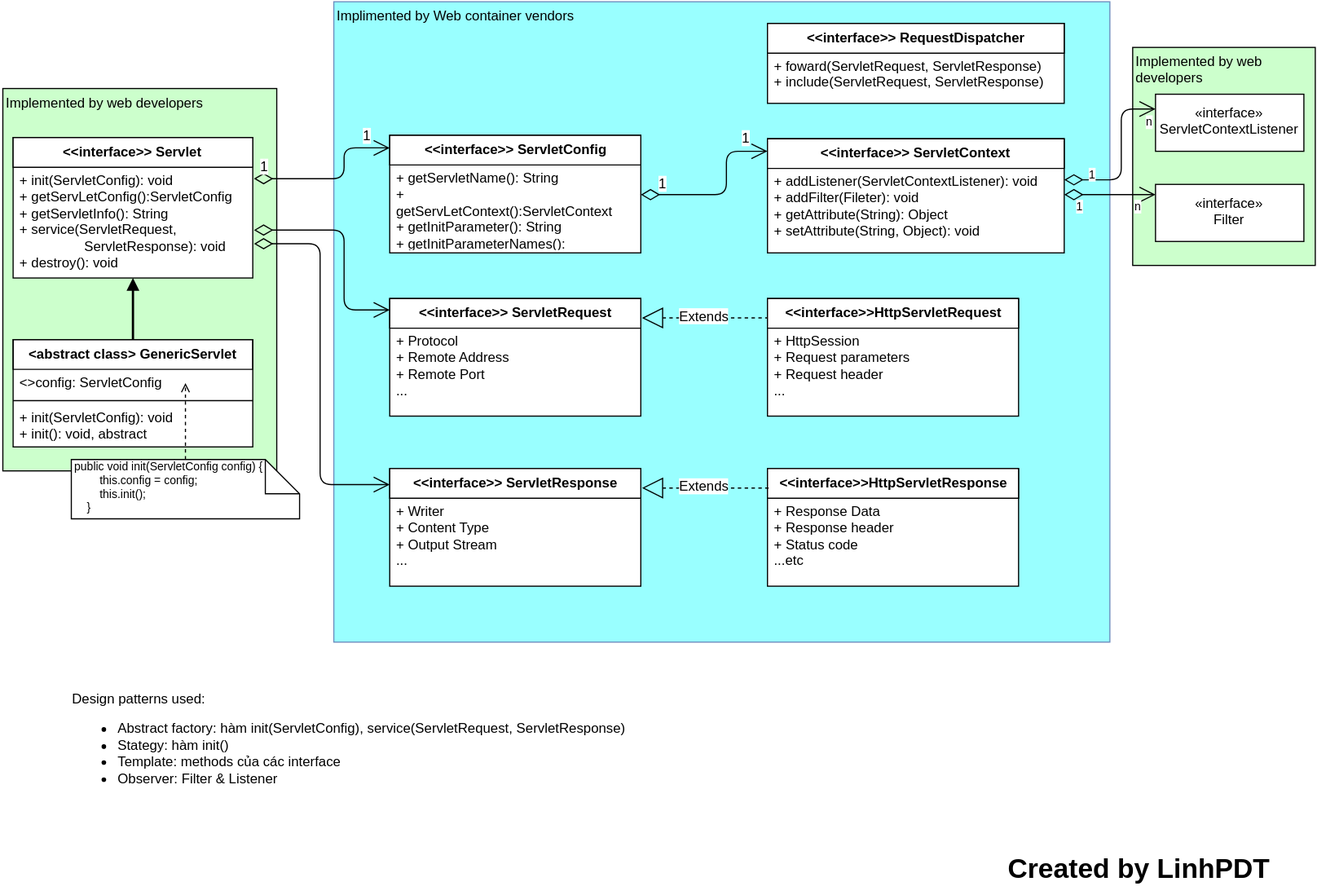
Above: Servlet API class hierachy.svg in phanduytunglinh/PersonalKnowledge (draw.io), before the change. Source tidied: cells renumbered, new cells last; positions are measured from the earlier drawing's top-left corner, leaving out a move shared by most shapes.
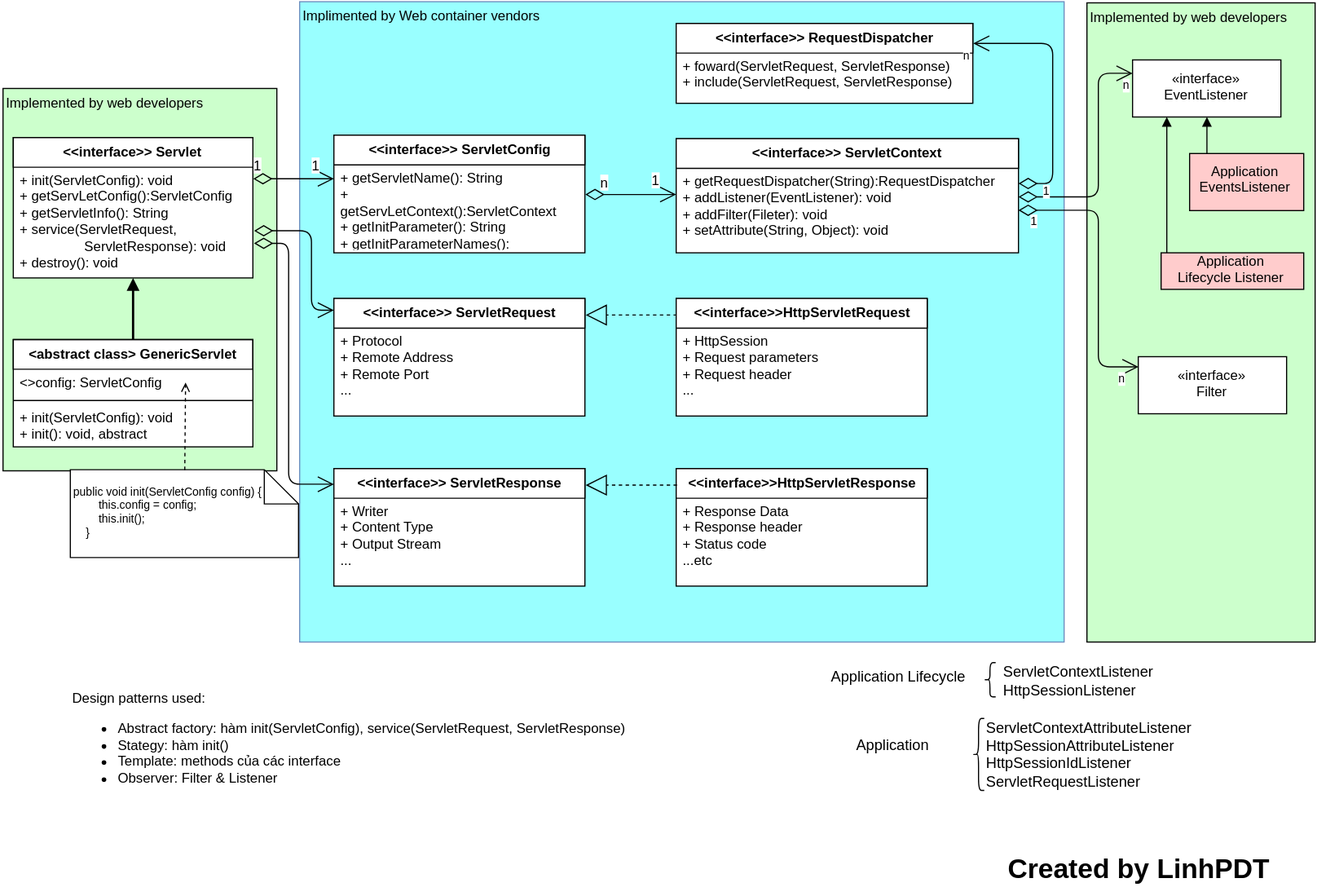
Later version of the same file.

Change to the diagram source:
```diff
@@ -2,20 +2,20 @@
   <root>
     <mxCell id="0" />
     <mxCell id="1" parent="0" />
+    <mxCell id="4" value="&lt;div align=&quot;left&quot;&gt;Implimented by Web container vendors&lt;br&gt;&lt;/div&gt;" style="whiteSpace=wrap;html=1;rounded=0;shadow=0;glass=0;comic=0;labelBackgroundColor=none;strokeWidth=1;fontSize=12;align=left;plain-blue;verticalAlign=top;gradientColor=none;fillColor=#99FFFF;" parent="1" vertex="1">
+      <mxGeometry x="261" width="670" height="561" as="geometry" />
+    </mxCell>
     <mxCell id="2" value="Implemented by web developers&lt;br&gt;" style="whiteSpace=wrap;html=1;rounded=0;shadow=0;glass=0;comic=0;labelBackgroundColor=none;strokeWidth=1;fillColor=#CCFFCC;gradientColor=none;fontSize=12;align=left;verticalAlign=top;" parent="1" vertex="1">
-      <mxGeometry x="991" y="40" width="160" height="191" as="geometry" />
+      <mxGeometry x="951" y="1" width="200" height="560" as="geometry" />
     </mxCell>
     <mxCell id="3" value="Implemented by web developers&lt;br&gt;" style="whiteSpace=wrap;html=1;rounded=0;shadow=0;glass=0;comic=0;labelBackgroundColor=none;strokeWidth=1;fillColor=#CCFFCC;gradientColor=none;fontSize=12;align=left;verticalAlign=top;" parent="1" vertex="1">
       <mxGeometry x="1" y="76" width="240" height="335" as="geometry" />
     </mxCell>
-    <mxCell id="4" value="&lt;div align=&quot;left&quot;&gt;Implimented by Web container vendors&lt;br&gt;&lt;/div&gt;" style="whiteSpace=wrap;html=1;rounded=0;shadow=0;glass=0;comic=0;labelBackgroundColor=none;strokeWidth=1;fontSize=12;align=left;plain-blue;verticalAlign=top;gradientColor=none;fillColor=#99FFFF;" parent="1" vertex="1">
-      <mxGeometry x="291" width="680" height="561" as="geometry" />
-    </mxCell>
-    <mxCell id="5" value="«interface»&lt;br&gt;ServletContextListener&lt;br&gt;" style="html=1;" parent="1" vertex="1">
-      <mxGeometry x="1011" y="81" width="130" height="50" as="geometry" />
+    <mxCell id="5" value="«interface»&lt;br&gt;EventListener&lt;br&gt;" style="html=1;" parent="1" vertex="1">
+      <mxGeometry x="991" y="51" width="130" height="50" as="geometry" />
     </mxCell>
     <mxCell id="6" value="«interface»&lt;br&gt;Filter&lt;br&gt;" style="html=1;" parent="1" vertex="1">
-      <mxGeometry x="1011" y="160" width="130" height="50" as="geometry" />
+      <mxGeometry x="996" y="311" width="130" height="50" as="geometry" />
     </mxCell>
     <mxCell id="7" style="group;" parent="1" vertex="1">
       <mxGeometry y="260" width="275" height="246" as="geometry" />
@@ -36,13 +36,13 @@
       <mxGeometry y="57.1" width="210" height="36.5" as="geometry" />
     </mxCell>
     <mxCell id="13" value="public void init(ServletConfig config) {&lt;br&gt;&amp;nbsp;&amp;nbsp;&amp;nbsp;&amp;nbsp;&amp;nbsp;&amp;nbsp;&amp;nbsp; this.config = config;&lt;br&gt;&amp;nbsp;&amp;nbsp;&amp;nbsp;&amp;nbsp;&amp;nbsp;&amp;nbsp;&amp;nbsp; this.init();&lt;br&gt;&amp;nbsp;&amp;nbsp;&amp;nbsp; }&lt;br&gt;" style="shape=note;whiteSpace=wrap;html=1;rounded=0;shadow=0;glass=0;comic=0;labelBackgroundColor=none;strokeWidth=1;fillColor=#ffffff;gradientColor=none;fontSize=10;align=left;" parent="7" vertex="1">
-      <mxGeometry x="61" y="141" width="200" height="52" as="geometry" />
+      <mxGeometry x="60" y="150" width="200" height="77" as="geometry" />
     </mxCell>
     <mxCell id="14" style="endArrow=open;html=1;strokeWidth=1;fontSize=10;endFill=0;dashed=1;exitX=0.5;exitY=0;entryX=0.719;entryY=0.5;entryPerimeter=0;" parent="7" edge="1" source="13" target="10">
       <mxGeometry relative="1" as="geometry" />
     </mxCell>
     <mxCell id="15" value="&amp;lt;&amp;lt;interface&amp;gt;&amp;gt; ServletConfig&lt;br&gt;" style="swimlane;html=1;fontStyle=1;align=center;verticalAlign=top;horizontal=1;startSize=26;swimlaneFillColor=#ffffff;" parent="1" vertex="1">
-      <mxGeometry x="340" y="117" width="220" height="103" as="geometry" />
+      <mxGeometry x="291" y="117" width="220" height="103" as="geometry" />
     </mxCell>
     <mxCell id="16" value="+ getServletName(): String&lt;br&gt;+ getServLetContext():ServletContext&lt;br&gt;+ getInitParameter(): String&lt;br&gt;+ getInitParameterNames():&lt;br&gt;&amp;nbsp;&amp;nbsp;&amp;nbsp;&amp;nbsp;&amp;nbsp;&amp;nbsp;&amp;nbsp;&amp;nbsp;&amp;nbsp;&amp;nbsp;&amp;nbsp;&amp;nbsp;&amp;nbsp;&amp;nbsp;&amp;nbsp;&amp;nbsp;&amp;nbsp;&amp;nbsp;&amp;nbsp;&amp;nbsp;&amp;nbsp;&amp;nbsp;&amp;nbsp;&amp;nbsp;&amp;nbsp;&amp;nbsp; Enumeration&amp;lt;String&amp;gt;&lt;br&gt;" style="text;html=1;strokeColor=none;fillColor=none;align=left;verticalAlign=top;spacingLeft=4;spacingRight=4;whiteSpace=wrap;overflow=hidden;points=[[0,0.5],[1,0.5]];portConstraint=eastwest;" parent="15" vertex="1">
       <mxGeometry y="26" width="220" height="74" as="geometry" />
@@ -66,10 +66,10 @@
       </mxGeometry>
     </mxCell>
     <mxCell id="20" value="&amp;lt;&amp;lt;interface&amp;gt;&amp;gt; ServletContext&lt;br&gt;" style="swimlane;html=1;fontStyle=1;align=center;verticalAlign=top;horizontal=1;startSize=26;swimlaneFillColor=#ffffff;" parent="1" vertex="1">
-      <mxGeometry x="671" y="120" width="260" height="100" as="geometry" />
+      <mxGeometry x="591" y="120" width="300" height="100" as="geometry" />
     </mxCell>
-    <mxCell id="21" value="+ addListener(ServletContextListener): void&lt;br&gt;+ addFilter(Fileter): void&lt;br&gt;+ getAttribute(String): Object&lt;br&gt;+ setAttribute(String, Object): void&lt;br&gt;" style="text;html=1;strokeColor=none;fillColor=none;align=left;verticalAlign=top;spacingLeft=4;spacingRight=4;whiteSpace=wrap;overflow=hidden;points=[[0,0.5],[1,0.5]];portConstraint=eastwest;" parent="20" vertex="1">
-      <mxGeometry y="26" width="260" height="74" as="geometry" />
+    <mxCell id="21" value="+ getRequestDispatcher(String):RequestDispatcher&lt;br&gt;+ addListener(EventListener): void&lt;br&gt;+ addFilter(Fileter): void&lt;br&gt;+ setAttribute(String, Object): void&lt;br&gt;" style="text;html=1;strokeColor=none;fillColor=none;align=left;verticalAlign=top;spacingLeft=4;spacingRight=4;whiteSpace=wrap;overflow=hidden;points=[[0,0.5],[1,0.5]];portConstraint=eastwest;" parent="20" vertex="1">
+      <mxGeometry y="26" width="300" height="74" as="geometry" />
     </mxCell>
     <mxCell id="22" style="endArrow=open;html=1;endSize=12;startArrow=diamondThin;startSize=14;startFill=0;edgeStyle=orthogonalEdgeStyle;align=left;verticalAlign=bottom;strokeWidth=1;exitX=1.001;exitY=0.35;exitPerimeter=0;" parent="1" edge="1" source="16" target="20">
       <mxGeometry x="1739" y="160" as="geometry">
@@ -79,7 +79,7 @@
         </Array>
       </mxGeometry>
     </mxCell>
-    <mxCell id="23" value="1" style="text;html=1;align=center;verticalAlign=middle;labelBackgroundColor=#ffffff;" parent="22" vertex="1">
+    <mxCell id="23" value="n" style="text;html=1;align=center;verticalAlign=middle;labelBackgroundColor=#ffffff;" parent="22" vertex="1">
       <mxGeometry x="-0.95" y="-3" relative="1" as="geometry">
         <mxPoint x="15" y="-12" as="offset" />
       </mxGeometry>
@@ -89,11 +89,11 @@
         <mxPoint x="-16" y="-14" as="offset" />
       </mxGeometry>
     </mxCell>
-    <mxCell id="25" style="endArrow=open;html=1;endSize=12;startArrow=diamondThin;startSize=14;startFill=0;edgeStyle=orthogonalEdgeStyle;strokeWidth=1;entryX=0;entryY=0.25;" parent="1" edge="1" source="21" target="5">
+    <mxCell id="25" style="endArrow=open;html=1;endSize=12;startArrow=diamondThin;startSize=14;startFill=0;edgeStyle=orthogonalEdgeStyle;strokeWidth=1;" parent="1" edge="1" source="21" target="5">
       <mxGeometry x="2110" y="123" as="geometry">
         <Array as="points">
-          <mxPoint x="981" y="156" />
-          <mxPoint x="981" y="94" />
+          <mxPoint x="961" y="171" />
+          <mxPoint x="961" y="63" />
         </Array>
       </mxGeometry>
     </mxCell>
@@ -108,8 +108,8 @@
     <mxCell id="28" style="endArrow=open;html=1;endSize=12;startArrow=diamondThin;startSize=14;startFill=0;edgeStyle=orthogonalEdgeStyle;strokeWidth=1;entryX=0;entryY=0.181;entryPerimeter=0;" parent="1" edge="1" source="21" target="6">
       <mxGeometry x="2110" y="198" as="geometry">
         <Array as="points">
-          <mxPoint x="951" y="169" />
-          <mxPoint x="951" y="169" />
+          <mxPoint x="961" y="183" />
+          <mxPoint x="961" y="320" />
         </Array>
       </mxGeometry>
     </mxCell>
@@ -130,31 +130,30 @@
       <mxGeometry y="26" width="210" height="94" as="geometry" />
     </mxCell>
     <mxCell id="33" value="&amp;lt;&amp;lt;interface&amp;gt;&amp;gt; ServletRequest&lt;br&gt;" style="swimlane;html=1;fontStyle=1;align=center;verticalAlign=top;horizontal=1;startSize=26;swimlaneFillColor=#ffffff;" parent="1" vertex="1">
-      <mxGeometry x="340" y="260" width="220" height="103" as="geometry" />
+      <mxGeometry x="291" y="260" width="220" height="103" as="geometry" />
     </mxCell>
     <mxCell id="34" value="+ Protocol&lt;br&gt;+ Remote Address&lt;br&gt;+ Remote Port&lt;br&gt;...&lt;br&gt;" style="text;html=1;strokeColor=none;fillColor=none;align=left;verticalAlign=top;spacingLeft=4;spacingRight=4;whiteSpace=wrap;overflow=hidden;" parent="33" vertex="1">
       <mxGeometry y="26" width="220" height="74" as="geometry" />
     </mxCell>
     <mxCell id="35" value="&amp;lt;&amp;lt;interface&amp;gt;&amp;gt; ServletResponse&lt;br&gt;" style="swimlane;html=1;fontStyle=1;align=center;verticalAlign=top;horizontal=1;startSize=26;swimlaneFillColor=#ffffff;" parent="1" vertex="1">
-      <mxGeometry x="340" y="409" width="220" height="103" as="geometry" />
+      <mxGeometry x="291" y="409" width="220" height="103" as="geometry" />
     </mxCell>
     <mxCell id="36" value="+ Writer&lt;br&gt;+ Content Type&lt;br&gt;+ Output Stream&lt;br&gt;...&lt;br&gt;" style="text;html=1;strokeColor=none;fillColor=none;align=left;verticalAlign=top;spacingLeft=4;spacingRight=4;whiteSpace=wrap;overflow=hidden;" parent="35" vertex="1">
       <mxGeometry y="26" width="220" height="74" as="geometry" />
     </mxCell>
-    <mxCell id="37" style="endArrow=open;html=1;endSize=12;startArrow=diamondThin;startSize=14;startFill=0;edgeStyle=orthogonalEdgeStyle;align=left;verticalAlign=bottom;strokeWidth=1;exitX=1.006;exitY=0.589;exitPerimeter=0;" parent="1" edge="1" source="32">
+    <mxCell id="37" style="endArrow=open;html=1;endSize=12;startArrow=diamondThin;startSize=14;startFill=0;edgeStyle=orthogonalEdgeStyle;align=left;verticalAlign=bottom;strokeWidth=1;exitX=1.006;exitY=0.589;exitPerimeter=0;" parent="1" edge="1" source="32" target="33">
       <mxGeometry x="1399.5" y="271" as="geometry">
-        <mxPoint x="340" y="270" as="targetPoint" />
         <Array as="points">
-          <mxPoint x="300" y="200" />
-          <mxPoint x="300" y="270" />
+          <mxPoint x="271" y="201" />
+          <mxPoint x="271" y="270" />
         </Array>
       </mxGeometry>
     </mxCell>
     <mxCell id="38" style="endArrow=open;html=1;endSize=12;startArrow=diamondThin;startSize=14;startFill=0;edgeStyle=orthogonalEdgeStyle;align=left;verticalAlign=bottom;strokeWidth=1;exitX=1.006;exitY=0.713;exitPerimeter=0;" parent="1" edge="1" source="32" target="35">
       <mxGeometry x="1378.5" y="366" as="geometry">
         <Array as="points">
-          <mxPoint x="279" y="212" />
-          <mxPoint x="279" y="423" />
+          <mxPoint x="251" y="212" />
+          <mxPoint x="251" y="423" />
         </Array>
       </mxGeometry>
     </mxCell>
@@ -164,38 +163,93 @@
     <mxCell id="40" value="Design patterns used:&lt;br&gt;&lt;ul&gt;&lt;li&gt;Abstract factory: hàm init(ServletConfig), service(ServletRequest, ServletResponse)&lt;br&gt;&lt;/li&gt;&lt;li&gt;Stategy: hàm init()&lt;br&gt;&lt;/li&gt;&lt;li&gt;Template: methods của các interface&lt;br&gt;&lt;/li&gt;&lt;li&gt;Observer: Filter &amp;amp; Listener&lt;br&gt;&lt;/li&gt;&lt;/ul&gt;" style="text;html=1;strokeColor=none;fillColor=none;align=left;verticalAlign=middle;whiteSpace=wrap;overflow=hidden;rounded=0;shadow=0;glass=0;comic=0;labelBackgroundColor=none;fontSize=12;" parent="1" vertex="1">
       <mxGeometry x="60" y="594" width="521" height="117" as="geometry" />
     </mxCell>
-    <mxCell id="41" value="Extends" style="endArrow=block;endSize=16;endFill=0;html=1;dashed=1;strokeWidth=1;fontSize=12;flipH=1;" parent="1" edge="1">
-      <mxGeometry x="1739" y="306" as="geometry">
-        <mxPoint x="560" y="277" as="sourcePoint" />
-        <mxPoint x="671" y="277" as="targetPoint" />
+    <mxCell id="41" style="endArrow=block;endSize=16;endFill=0;html=1;dashed=1;strokeWidth=1;fontSize=12;flipH=1;" parent="1" edge="1">
+      <mxGeometry x="1739" y="269" as="geometry">
+        <mxPoint x="511" y="274.5" as="sourcePoint" />
+        <mxPoint x="591" y="274.5" as="targetPoint" />
       </mxGeometry>
     </mxCell>
     <mxCell id="42" value="&amp;lt;&amp;lt;interface&amp;gt;&amp;gt;HttpServletRequest&lt;br&gt;" style="swimlane;html=1;fontStyle=1;align=center;verticalAlign=top;horizontal=1;startSize=26;swimlaneFillColor=#ffffff;" parent="1" vertex="1">
-      <mxGeometry x="671" y="260" width="220" height="103" as="geometry" />
+      <mxGeometry x="591" y="260" width="220" height="103" as="geometry" />
     </mxCell>
     <mxCell id="43" value="+ HttpSession&lt;br&gt;+ Request parameters&lt;br&gt;+ Request header&lt;br&gt;...&lt;br&gt;" style="text;html=1;strokeColor=none;fillColor=none;align=left;verticalAlign=top;spacingLeft=4;spacingRight=4;whiteSpace=wrap;overflow=hidden;" parent="42" vertex="1">
       <mxGeometry y="26" width="220" height="74" as="geometry" />
     </mxCell>
     <mxCell id="44" value="&amp;lt;&amp;lt;interface&amp;gt;&amp;gt;HttpServletResponse&lt;br&gt;" style="swimlane;html=1;fontStyle=1;align=center;verticalAlign=top;horizontal=1;startSize=26;swimlaneFillColor=#ffffff;" parent="1" vertex="1">
-      <mxGeometry x="671" y="409" width="220" height="103" as="geometry" />
+      <mxGeometry x="591" y="409" width="220" height="103" as="geometry" />
     </mxCell>
     <mxCell id="45" value="+ Response Data&lt;br&gt;+ Response header&lt;br&gt;+ Status code&lt;br&gt;...etc&lt;br&gt;" style="text;html=1;strokeColor=none;fillColor=none;align=left;verticalAlign=top;spacingLeft=4;spacingRight=4;whiteSpace=wrap;overflow=hidden;" parent="44" vertex="1">
       <mxGeometry y="26" width="220" height="74" as="geometry" />
     </mxCell>
-    <mxCell id="46" value="Extends" style="endArrow=block;endSize=16;endFill=0;html=1;dashed=1;strokeWidth=1;fontSize=12;flipH=1;" parent="1" edge="1">
-      <mxGeometry x="1739" y="455" as="geometry">
-        <mxPoint x="560" y="426" as="sourcePoint" />
-        <mxPoint x="671" y="426" as="targetPoint" />
+    <mxCell id="46" style="endArrow=block;endSize=16;endFill=0;html=1;dashed=1;strokeWidth=1;fontSize=12;flipH=1;" parent="1" edge="1">
+      <mxGeometry x="1739" y="418" as="geometry">
+        <mxPoint x="511" y="423.5" as="sourcePoint" />
+        <mxPoint x="591" y="423.5" as="targetPoint" />
       </mxGeometry>
     </mxCell>
     <mxCell id="47" value="Created by LinhPDT&lt;br&gt;" style="text;html=1;fontSize=24;fontStyle=1;verticalAlign=middle;align=center;rounded=0;shadow=0;glass=0;comic=0;labelBackgroundColor=none;strokeWidth=1;fillColor=#ffffff;gradientColor=none;" parent="1" vertex="1">
       <mxGeometry x="851" y="741" width="290" height="40" as="geometry" />
     </mxCell>
     <mxCell id="48" value="&amp;lt;&amp;lt;interface&amp;gt;&amp;gt; RequestDispatcher&lt;br&gt;" style="swimlane;html=1;fontStyle=1;align=center;verticalAlign=top;horizontal=1;startSize=26;swimlaneFillColor=#ffffff;" parent="1" vertex="1">
-      <mxGeometry x="671" y="19" width="260" height="70" as="geometry" />
+      <mxGeometry x="591" y="19" width="260" height="70" as="geometry" />
     </mxCell>
     <mxCell id="49" value="+ foward(ServletRequest, ServletResponse)&lt;br&gt;+ include(ServletRequest, ServletResponse)&lt;br&gt;" style="text;html=1;strokeColor=none;fillColor=none;align=left;verticalAlign=top;spacingLeft=4;spacingRight=4;whiteSpace=wrap;overflow=hidden;" parent="48" vertex="1">
       <mxGeometry y="26" width="260" height="44" as="geometry" />
     </mxCell>
+    <mxCell id="50" style="endArrow=open;html=1;endSize=12;startArrow=diamondThin;startSize=14;startFill=0;edgeStyle=orthogonalEdgeStyle;strokeWidth=1;entryX=1;entryY=0.25;" parent="1" edge="1" source="21" target="48">
+      <mxGeometry x="2110" y="111" as="geometry">
+        <Array as="points">
+          <mxPoint x="921" y="159" />
+          <mxPoint x="921" y="36" />
+        </Array>
+      </mxGeometry>
+    </mxCell>
+    <mxCell id="51" value="n" style="html=1;align=right;verticalAlign=top;labelBackgroundColor=#ffffff;fontSize=10;" parent="50" vertex="1">
+      <mxGeometry x="1" relative="1" as="geometry" />
+    </mxCell>
+    <mxCell id="52" style="edgeStyle=orthogonalEdgeStyle;rounded=0;html=1;endArrow=block;endFill=1;jettySize=auto;strokeWidth=1;fontSize=10;" parent="1" edge="1" source="53" target="5">
+      <mxGeometry relative="1" as="geometry">
+        <Array as="points">
+          <mxPoint x="1056" y="131" />
+          <mxPoint x="1056" y="131" />
+        </Array>
+      </mxGeometry>
+    </mxCell>
+    <mxCell id="53" value="Application &lt;br&gt;EventsListener&lt;br&gt;" style="html=1;fillColor=#FFCCCC;" parent="1" vertex="1">
+      <mxGeometry x="1041" y="133" width="100" height="50" as="geometry" />
+    </mxCell>
+    <mxCell id="54" value="Application &lt;br&gt;Lifecycle Listener" style="html=1;fillColor=#FFCCCC;" parent="1" vertex="1">
+      <mxGeometry x="1016" y="220" width="125" height="32" as="geometry" />
+    </mxCell>
+    <mxCell id="55" style="edgeStyle=orthogonalEdgeStyle;rounded=0;html=1;endArrow=block;endFill=1;jettySize=auto;strokeWidth=1;fontSize=10;" parent="1" edge="1" target="5">
+      <mxGeometry relative="1" as="geometry">
+        <mxPoint x="1021" y="220" as="sourcePoint" />
+        <Array as="points">
+          <mxPoint x="1021" y="131" />
+          <mxPoint x="1021" y="131" />
+        </Array>
+      </mxGeometry>
+    </mxCell>
+    <mxCell id="56" value="Application EventsListener&lt;br&gt;" style="text;html=1;strokeColor=none;fillColor=none;align=center;verticalAlign=middle;whiteSpace=wrap;overflow=hidden;rounded=0;shadow=0;glass=0;comic=0;labelBackgroundColor=none;fontSize=13;" parent="1" vertex="1">
+      <mxGeometry x="706" y="644" width="150" height="20" as="geometry" />
+    </mxCell>
+    <mxCell id="57" value="Application Lifecycle Listener" style="text;html=1;strokeColor=none;fillColor=none;align=center;verticalAlign=middle;whiteSpace=wrap;overflow=hidden;rounded=0;shadow=0;glass=0;comic=0;labelBackgroundColor=none;fontSize=13;" parent="1" vertex="1">
+      <mxGeometry x="711" y="584" width="150" height="20" as="geometry" />
+    </mxCell>
+    <mxCell id="58" style="group;fontSize=13;" parent="1" vertex="1">
+      <mxGeometry x="861" y="579" width="145" height="40" as="geometry" />
+    </mxCell>
+    <mxCell id="59" style="shape=curlyBracket;whiteSpace=wrap;html=1;rounded=1;shadow=0;glass=0;comic=0;labelBackgroundColor=none;strokeWidth=1;fillColor=#FFCCCC;gradientColor=none;fontSize=13;align=center;" parent="58" vertex="1">
+      <mxGeometry width="10" height="30" as="geometry" />
+    </mxCell>
+    <mxCell id="60" value="&lt;span&gt;ServletContextListener&lt;br&gt;&lt;/span&gt;&lt;span&gt;HttpSessionListener&lt;br&gt;&lt;/span&gt;" style="text;html=1;align=left;verticalAlign=top;spacingTop=-4;fontSize=13;" parent="58" vertex="1">
+      <mxGeometry x="15" width="120" height="30" as="geometry" />
+    </mxCell>
+    <mxCell id="61" value="&lt;span&gt;ServletContextAttributeListe&lt;span&gt;ner&lt;/span&gt;&lt;br&gt;&lt;/span&gt;&lt;span&gt;HttpSessionAttributeListener&lt;/span&gt;&lt;br&gt;&lt;span&gt;HttpSessionIdListener&lt;/span&gt;&lt;br&gt;&lt;span&gt;ServletRequestListener&lt;/span&gt;&lt;span&gt;&lt;br&gt;&lt;/span&gt;" style="text;html=1;align=left;verticalAlign=top;spacingTop=-4;fontSize=13;" parent="1" vertex="1">
+      <mxGeometry x="861" y="628" width="160" height="50" as="geometry" />
+    </mxCell>
+    <mxCell id="62" style="shape=curlyBracket;whiteSpace=wrap;html=1;rounded=1;shadow=0;glass=0;comic=0;labelBackgroundColor=none;strokeWidth=1;fillColor=#FFCCCC;gradientColor=none;fontSize=13;align=center;" parent="1" vertex="1">
+      <mxGeometry x="851" y="628" width="10" height="63" as="geometry" />
+    </mxCell>
   </root>
 </mxGraphModel>
```
